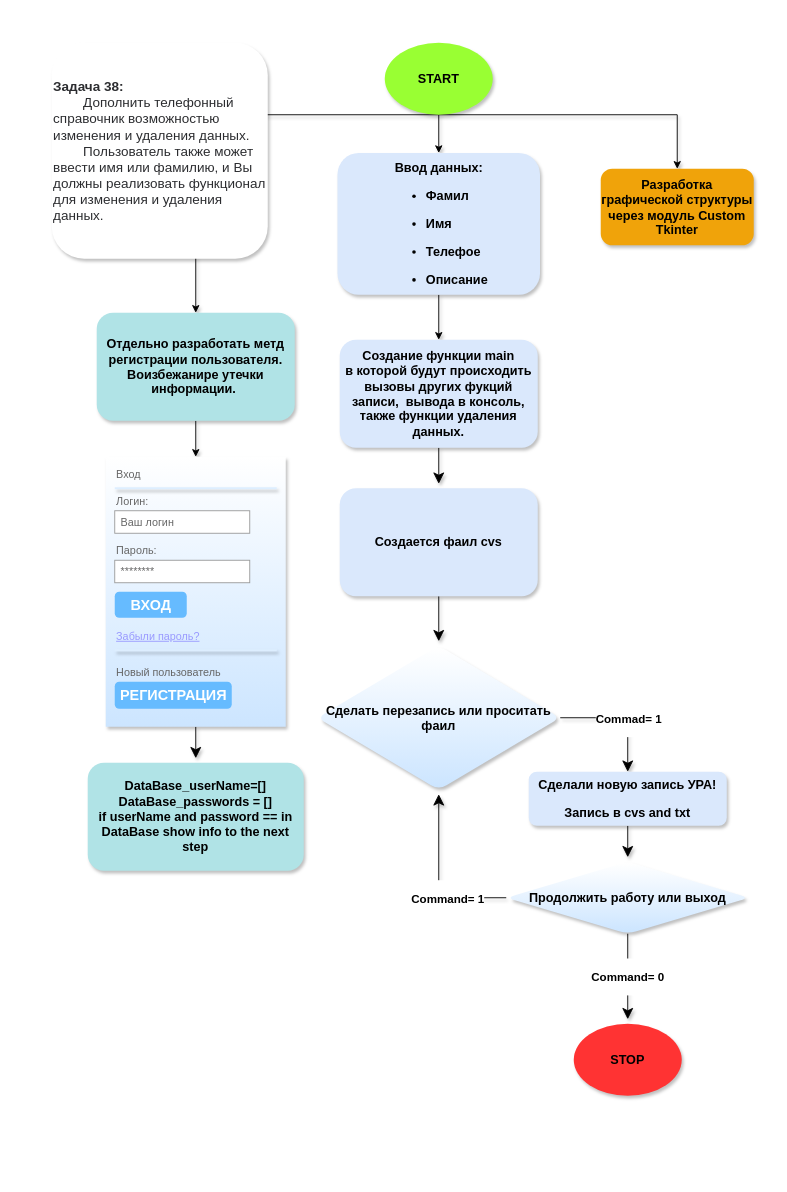
The draw.io diagram Task38/TAKS38_Diagram.drawio in Levochka108/Python-Task-GB, before the edit. Source tidied: cells renumbered, new cells numbered last; positions are measured from the earlier drawing's top-left corner, leaving out a move shared by most shapes. Both pictures are drawn from the tidied source at 90%, with x=0, y=0 at pixel (15, 15).
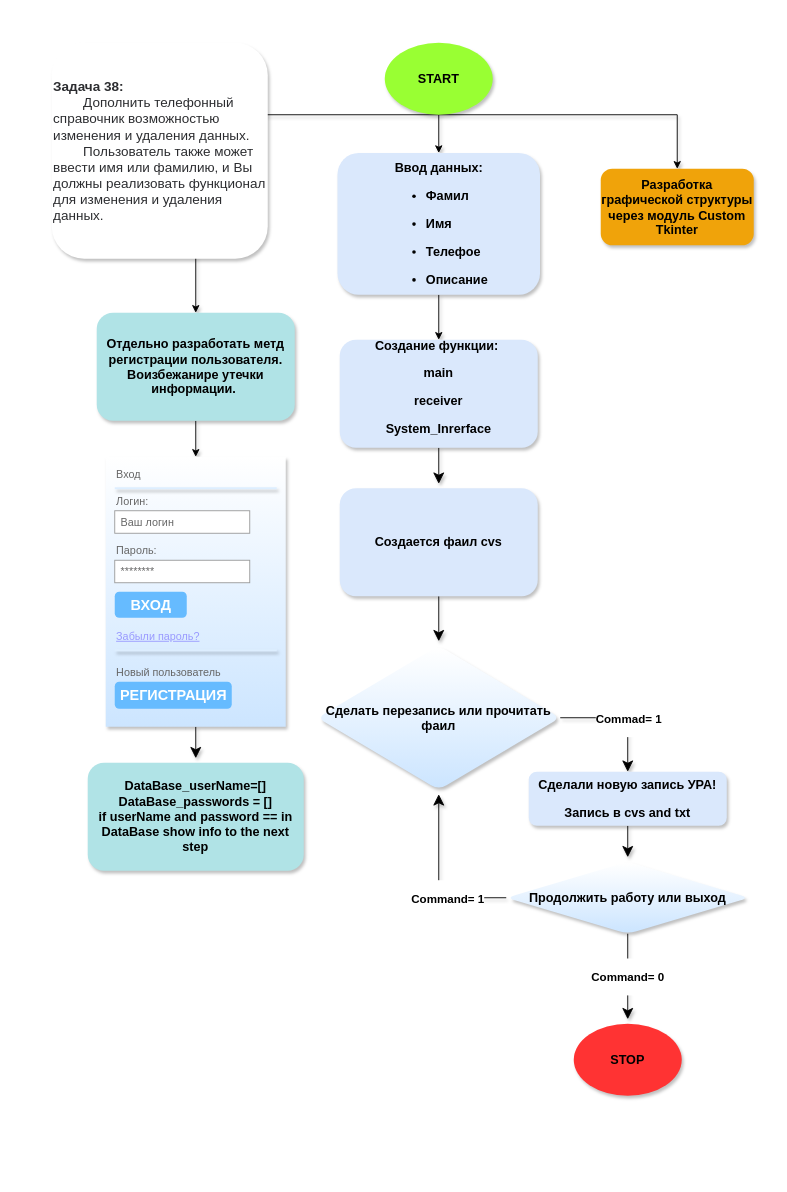
The same page after the edit.

Change to the diagram source:
```diff
@@
-    <mxCell id="11" value="&lt;h3&gt;Создание функции main&lt;br&gt;в которой будут происходить вызовы других фукций записи,&amp;nbsp; вывода в консоль, также функции удаления данных.&lt;/h3&gt;" style="rounded=1;whiteSpace=wrap;html=1;shadow=1;glass=0;comic=0;sketch=0;fontFamily=PT Sans;fillColor=#dae8fc;strokeColor=none;" parent="1" vertex="1">
+    <mxCell id="11" value="&lt;h3&gt;Создание функции:&amp;nbsp;&lt;/h3&gt;&lt;h3&gt;main&lt;/h3&gt;&lt;h3&gt;receiver&lt;/h3&gt;&lt;h3&gt;System_Inrerface&lt;/h3&gt;&lt;div&gt;&lt;br&gt;&lt;/div&gt;" style="rounded=1;whiteSpace=wrap;html=1;shadow=1;glass=0;comic=0;sketch=0;fontFamily=PT Sans;fillColor=#dae8fc;strokeColor=none;" parent="1" vertex="1">
       <mxGeometry x="360" y="360" width="220" height="120" as="geometry" />
     </mxCell>
@@
-    <mxCell id="33" value="&lt;h3&gt;Cделать перезапись или проситать фаил&lt;/h3&gt;" style="rhombus;whiteSpace=wrap;html=1;rounded=1;shadow=1;glass=0;comic=0;sketch=0;strokeColor=none;fontFamily=PT Sans;fillColor=default;gradientColor=#CCE5FF;" parent="1" vertex="1">
+    <mxCell id="33" value="&lt;h3&gt;Cделать перезапись или прочитать фаил&lt;/h3&gt;" style="rhombus;whiteSpace=wrap;html=1;rounded=1;shadow=1;glass=0;comic=0;sketch=0;strokeColor=none;fontFamily=PT Sans;fillColor=default;gradientColor=#CCE5FF;" parent="1" vertex="1">
       <mxGeometry x="335" y="700" width="270" height="160" as="geometry" />
     </mxCell>
```
